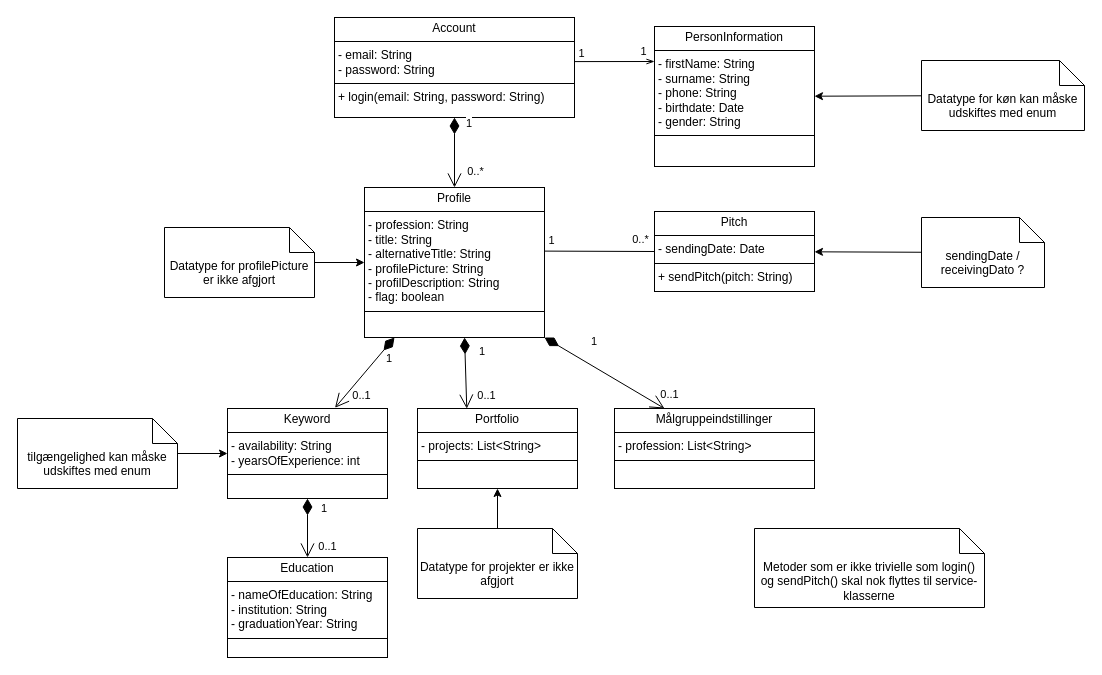
erikato-git/Hovedopgaven_LinkUp keeps this draw.io diagram as Hovedopgaven/Bilag/1. Forundersøgelse/Design klassediagram - EN.drawio. Above is the earlier version. Source tidied: cells renumbered, new cells numbered last; positions are measured from the earlier drawing's top-left corner, leaving out a move shared by most shapes. Both pictures are drawn from the tidied source at 100%, with x=0, y=0 at pixel (17, 17).
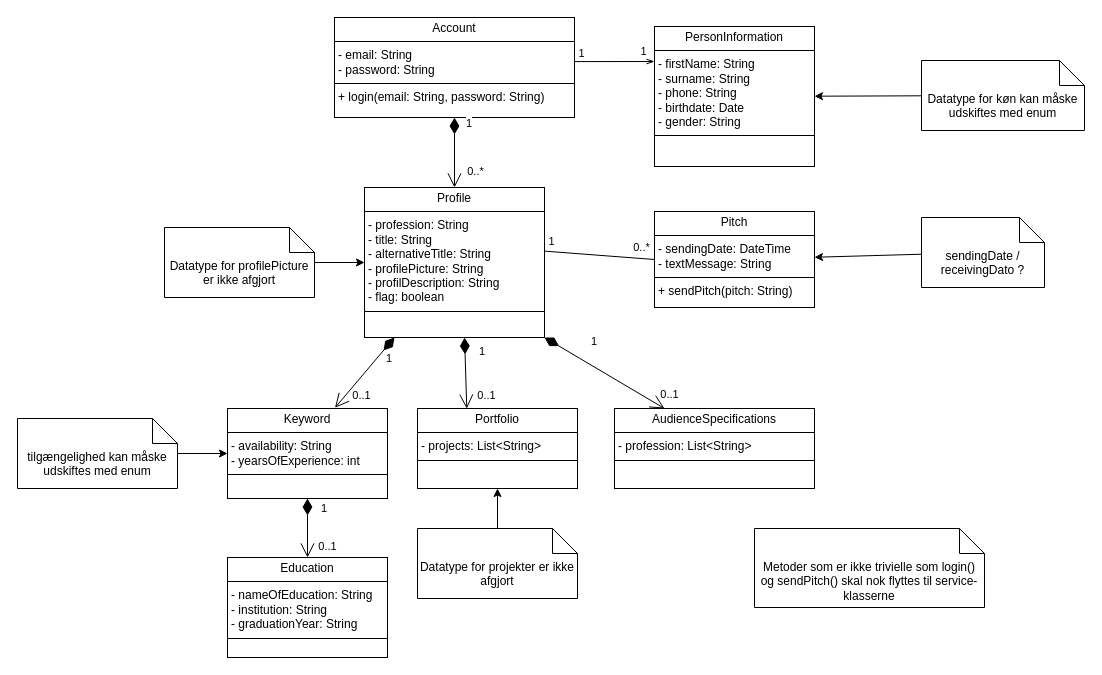
The same page after the edit.

Commit message (it also covers changes not shown here):
Endpoint-specifications: Account, Profile and Pitch

Change to the diagram source:
```diff
@@
-    <mxCell id="14" value="&lt;p style=&quot;margin:0px;margin-top:4px;text-align:center;&quot;&gt;Pitch&lt;/p&gt;&lt;hr size=&quot;1&quot; style=&quot;border-style:solid;&quot;&gt;&lt;p style=&quot;margin:0px;margin-left:4px;&quot;&gt;- sendingDate: Date&lt;br&gt;&lt;/p&gt;&lt;hr size=&quot;1&quot; style=&quot;border-style:solid;&quot;&gt;&lt;p style=&quot;margin:0px;margin-left:4px;&quot;&gt;+ sendPitch(pitch: String)&lt;/p&gt;" style="verticalAlign=top;align=left;overflow=fill;html=1;whiteSpace=wrap;" parent="1" vertex="1">
-      <mxGeometry x="637" y="194" width="160" height="80" as="geometry" />
+    <mxCell id="14" value="&lt;p style=&quot;margin:0px;margin-top:4px;text-align:center;&quot;&gt;Pitch&lt;/p&gt;&lt;hr size=&quot;1&quot; style=&quot;border-style:solid;&quot;&gt;&lt;p style=&quot;margin:0px;margin-left:4px;&quot;&gt;- sendingDate: DateTime&lt;br&gt;&lt;/p&gt;&lt;p style=&quot;margin:0px;margin-left:4px;&quot;&gt;- textMessage: String&lt;/p&gt;&lt;hr size=&quot;1&quot; style=&quot;border-style:solid;&quot;&gt;&lt;p style=&quot;margin:0px;margin-left:4px;&quot;&gt;+ sendPitch(pitch: String)&lt;/p&gt;" style="verticalAlign=top;align=left;overflow=fill;html=1;whiteSpace=wrap;" parent="1" vertex="1">
+      <mxGeometry x="637" y="194" width="160" height="96" as="geometry" />
     </mxCell>
@@
-    <mxCell id="30" value="&lt;p style=&quot;margin:0px;margin-top:4px;text-align:center;&quot;&gt;Målgruppeindstillinger&lt;/p&gt;&lt;hr size=&quot;1&quot; style=&quot;border-style:solid;&quot;&gt;&lt;p style=&quot;margin:0px;margin-left:4px;&quot;&gt;- profession: List&amp;lt;String&amp;gt;&lt;/p&gt;&lt;hr size=&quot;1&quot; style=&quot;border-style:solid;&quot;&gt;&lt;p style=&quot;margin:0px;margin-left:4px;&quot;&gt;&lt;br&gt;&lt;/p&gt;" style="verticalAlign=top;align=left;overflow=fill;html=1;whiteSpace=wrap;" parent="1" vertex="1">
+    <mxCell id="30" value="&lt;p style=&quot;margin:0px;margin-top:4px;text-align:center;&quot;&gt;AudienceSpecifications&lt;/p&gt;&lt;hr size=&quot;1&quot; style=&quot;border-style:solid;&quot;&gt;&lt;p style=&quot;margin:0px;margin-left:4px;&quot;&gt;- profession: List&amp;lt;String&amp;gt;&lt;/p&gt;&lt;hr size=&quot;1&quot; style=&quot;border-style:solid;&quot;&gt;&lt;p style=&quot;margin:0px;margin-left:4px;&quot;&gt;&lt;br&gt;&lt;/p&gt;" style="verticalAlign=top;align=left;overflow=fill;html=1;whiteSpace=wrap;" parent="1" vertex="1">
       <mxGeometry x="597" y="391" width="200" height="80" as="geometry" />
     </mxCell>
```
